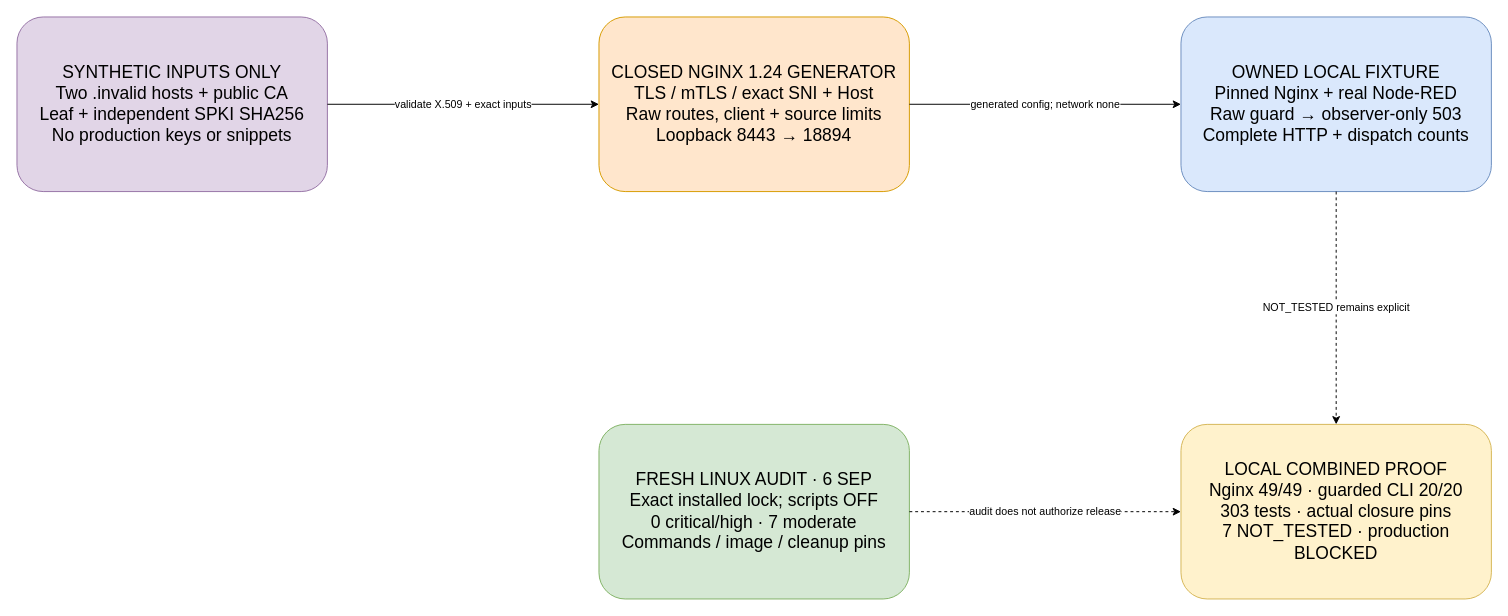
Before: page "Nginx candidate and fresh audit" (4 of 4) of docs/assets/partner-game-membership-ingress-evidence.drawio in Z6v6e6r/lk, a draw.io diagram. Source tidied: cells renumbered, new cells numbered last; positions are measured from the earlier drawing's top-left corner, leaving out a move shared by most shapes. Both pictures are drawn from the tidied source at 97%, with x=0, y=0 at pixel (16, 16).
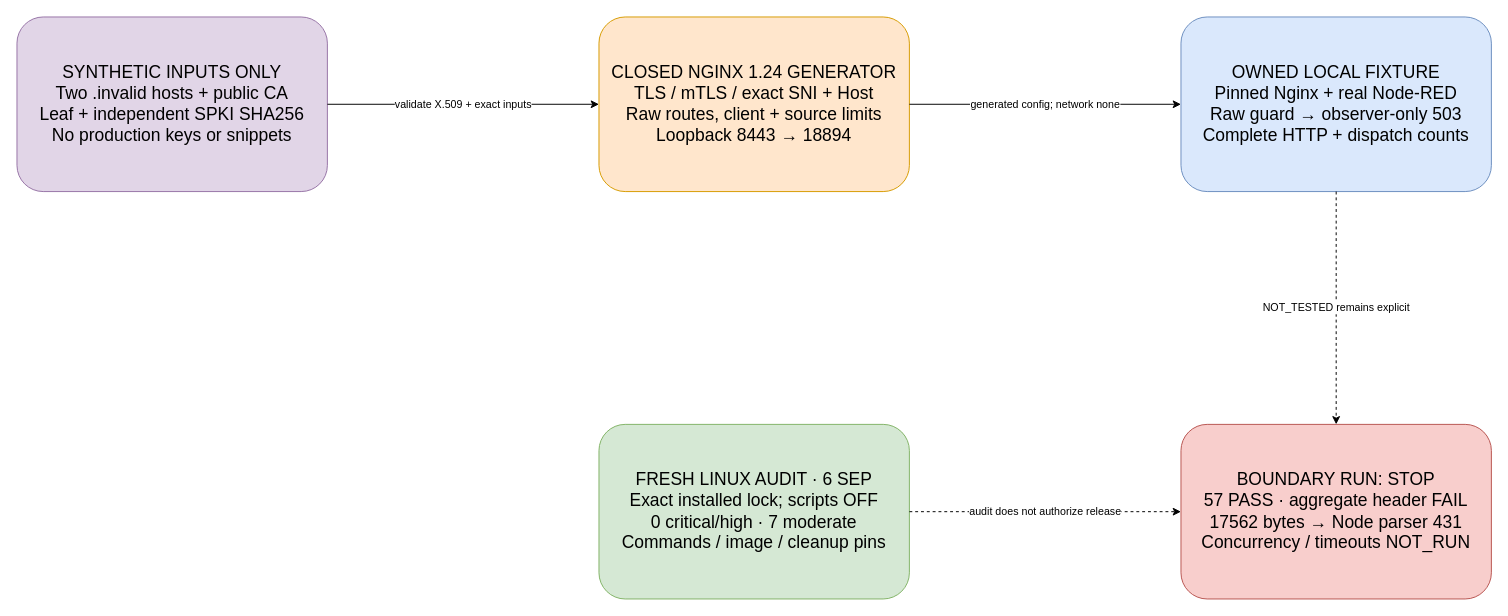
The same page after the edit.

Commit message (it also covers changes not shown here):
test(partner): expose aggregate ingress header limit gap

Change to the diagram source:
```diff
@@
 <mxGraphModel>
   <root>
     <mxCell id="0" />
     <mxCell id="1" parent="0" />
     <mxCell id="2" value="SYNTHETIC INPUTS ONLY&#10;Two .invalid hosts + public CA&#10;Leaf + independent SPKI SHA256&#10;No production keys or snippets" style="rounded=1;whiteSpace=wrap;html=1;fillColor=#e1d5e7;strokeColor=#9673a6;fontSize=18;spacing=14;" parent="1" vertex="1">
       <mxGeometry width="320" height="180" as="geometry" />
     </mxCell>
     <mxCell id="3" value="CLOSED NGINX 1.24 GENERATOR&#10;TLS / mTLS / exact SNI + Host&#10;Raw routes, client + source limits&#10;Loopback 8443 → 18894" style="rounded=1;whiteSpace=wrap;html=1;fillColor=#ffe6cc;strokeColor=#d79b00;fontSize=18;spacing=14;" parent="1" vertex="1">
       <mxGeometry x="600" width="320" height="180" as="geometry" />
     </mxCell>
     <mxCell id="4" value="OWNED LOCAL FIXTURE&#10;Pinned Nginx + real Node-RED&#10;Raw guard → observer-only 503&#10;Complete HTTP + dispatch counts" style="rounded=1;whiteSpace=wrap;html=1;fillColor=#dae8fc;strokeColor=#6c8ebf;fontSize=18;spacing=14;" parent="1" vertex="1">
       <mxGeometry x="1200" width="320" height="180" as="geometry" />
     </mxCell>
     <mxCell id="5" value="FRESH LINUX AUDIT · 6 SEP&#10;Exact installed lock; scripts OFF&#10;0 critical/high · 7 moderate&#10;Commands / image / cleanup pins" style="rounded=1;whiteSpace=wrap;html=1;fillColor=#d5e8d4;strokeColor=#82b366;fontSize=18;spacing=14;" parent="1" vertex="1">
       <mxGeometry x="600" y="420" width="320" height="180" as="geometry" />
     </mxCell>
-    <mxCell id="6" value="LOCAL COMBINED PROOF&#10;Nginx 49/49 · guarded CLI 20/20&#10;303 tests · actual closure pins&#10;7 NOT_TESTED · production BLOCKED" style="rounded=1;whiteSpace=wrap;html=1;fillColor=#fff2cc;strokeColor=#d6b656;fontSize=18;spacing=14;" parent="1" vertex="1">
+    <mxCell id="6" value="BOUNDARY RUN: STOP&#10;57 PASS · aggregate header FAIL&#10;17562 bytes → Node parser 431&#10;Concurrency / timeouts NOT_RUN" style="rounded=1;whiteSpace=wrap;html=1;fillColor=#f8cecc;strokeColor=#b85450;fontSize=18;spacing=14;" parent="1" vertex="1">
       <mxGeometry x="1200" y="420" width="320" height="180" as="geometry" />
     </mxCell>
     <mxCell id="7" value="validate X.509 + exact inputs" style="edgeStyle=orthogonalEdgeStyle;rounded=1;jettySize=auto;html=1;exitX=1;exitY=0.5;entryX=0;entryY=0.5;" parent="1" edge="1" source="2" target="3">
       <mxGeometry relative="1" as="geometry" />
     </mxCell>
     <mxCell id="8" value="generated config; network none" style="edgeStyle=orthogonalEdgeStyle;rounded=1;jettySize=auto;html=1;exitX=1;exitY=0.5;entryX=0;entryY=0.5;" parent="1" edge="1" source="3" target="4">
       <mxGeometry relative="1" as="geometry" />
     </mxCell>
     <mxCell id="9" value="NOT_TESTED remains explicit" style="edgeStyle=orthogonalEdgeStyle;rounded=1;jettySize=auto;html=1;dashed=1;exitX=0.5;exitY=1;entryX=0.5;entryY=0;" parent="1" edge="1" source="4" target="6">
       <mxGeometry relative="1" as="geometry" />
     </mxCell>
     <mxCell id="10" value="audit does not authorize release" style="edgeStyle=orthogonalEdgeStyle;rounded=1;jettySize=auto;html=1;dashed=1;exitX=1;exitY=0.5;entryX=0;entryY=0.5;" parent="1" edge="1" source="5" target="6">
       <mxGeometry relative="1" as="geometry" />
     </mxCell>
   </root>
 </mxGraphModel>
```
